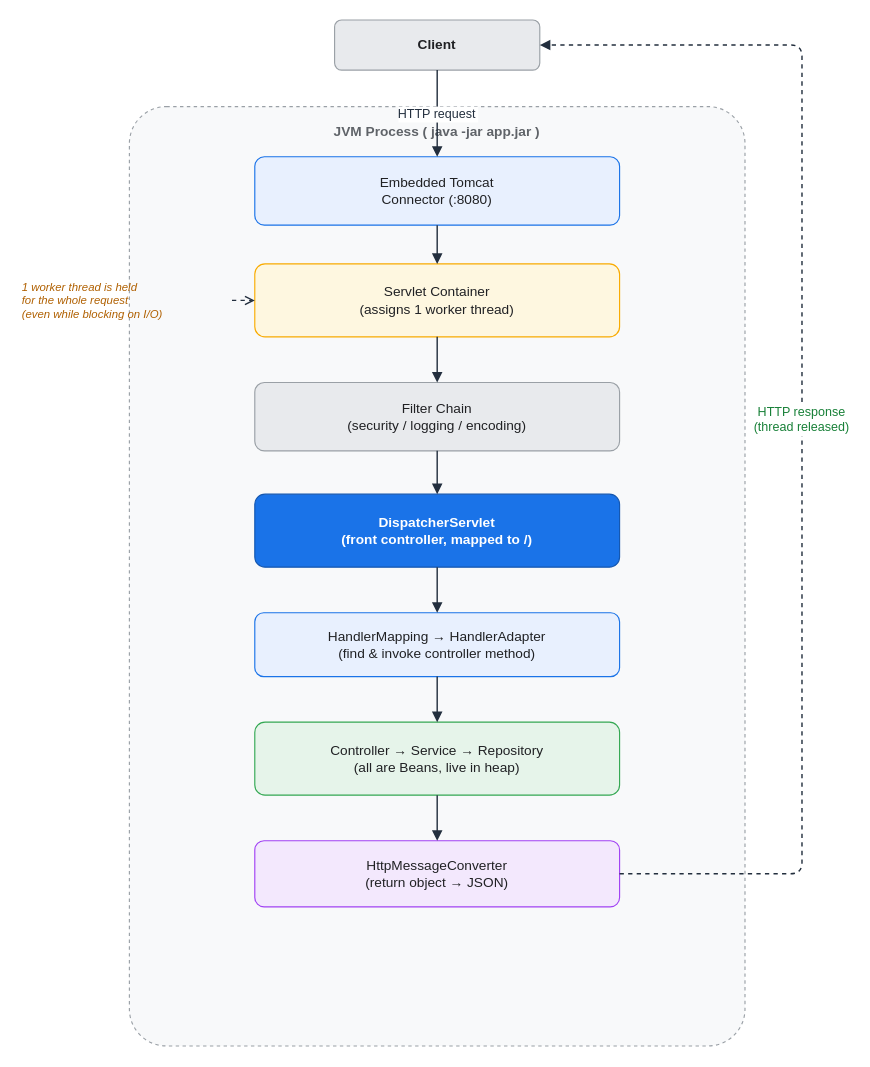
Before: assets/img/spring/spring-01-request-flow.drawio in KKamJi98/kkamji98.github.io, a draw.io diagram. Source tidied: cells renumbered, new cells numbered last; positions are measured from the earlier drawing's top-left corner, leaving out a move shared by most shapes. Both pictures are drawn from the tidied source at 114%, with x=0, y=0 at pixel (19, 19).
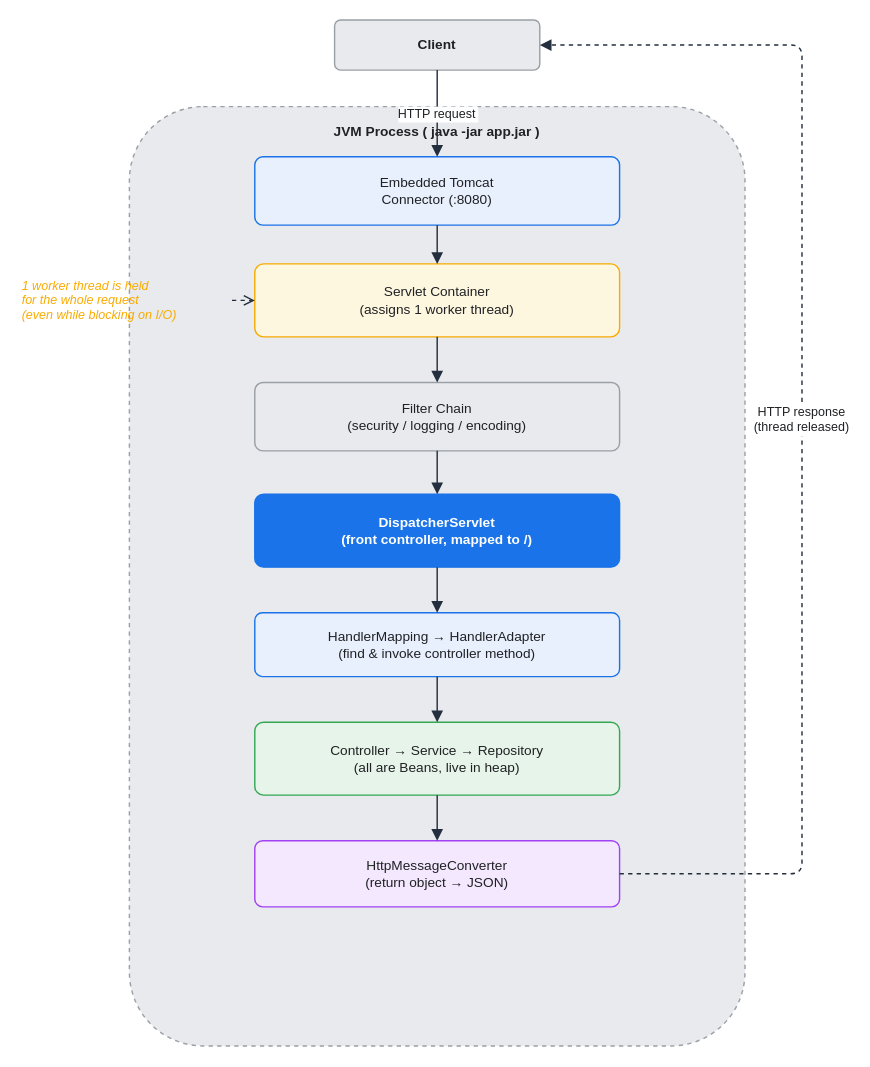
After the change.

Change to the diagram source:
```diff
@@
-    <mxCell id="2" value="JVM Process ( java -jar app.jar )" style="rounded=1;whiteSpace=wrap;html=0;arcSize=6;shadow=0;fillColor=#F8F9FA;strokeColor=#9AA0A6;fontColor=#5F6368;fontStyle=1;verticalAlign=top;align=center;dashed=1;spacingTop=8;" parent="1" vertex="1">
+    <mxCell id="2" value="JVM Process ( java -jar app.jar )" style="rounded=1;whiteSpace=wrap;html=0;arcSize=12;shadow=0;fillColor=#E8EAED;strokeColor=#9AA0A6;fontColor=#202124;fontStyle=1;verticalAlign=top;align=center;dashed=1;spacingTop=8;strokeWidth=1.25;" parent="1" vertex="1">
       <mxGeometry x="96" y="76" width="540" height="824" as="geometry" />
     </mxCell>
-    <mxCell id="3" value="Client" style="rounded=1;whiteSpace=wrap;html=0;arcSize=14;shadow=0;fillColor=#E8EAED;strokeColor=#9AA0A6;fontColor=#202124;fontStyle=1;" parent="1" vertex="1">
+    <mxCell id="3" value="Client" style="rounded=1;whiteSpace=wrap;html=0;arcSize=12;shadow=0;fillColor=#E8EAED;strokeColor=#9AA0A6;fontColor=#202124;fontStyle=1;strokeWidth=1.25;" parent="1" vertex="1">
       <mxGeometry x="276" width="180" height="44" as="geometry" />
     </mxCell>
-    <mxCell id="4" value="Embedded Tomcat&#10;Connector (:8080)" style="rounded=1;whiteSpace=wrap;html=0;arcSize=14;shadow=0;fillColor=#E8F0FE;strokeColor=#1A73E8;fontColor=#202124;" parent="1" vertex="1">
+    <mxCell id="4" value="Embedded Tomcat&#10;Connector (:8080)" style="rounded=1;whiteSpace=wrap;html=0;arcSize=12;shadow=0;fillColor=#E8F0FE;strokeColor=#1A73E8;fontColor=#202124;strokeWidth=1.25;" parent="1" vertex="1">
       <mxGeometry x="206" y="120" width="320" height="60" as="geometry" />
     </mxCell>
-    <mxCell id="5" value="Servlet Container&#10;(assigns 1 worker thread)" style="rounded=1;whiteSpace=wrap;html=0;arcSize=14;shadow=0;fillColor=#FEF7E0;strokeColor=#F9AB00;fontColor=#202124;" parent="1" vertex="1">
+    <mxCell id="5" value="Servlet Container&#10;(assigns 1 worker thread)" style="rounded=1;whiteSpace=wrap;html=0;arcSize=12;shadow=0;fillColor=#FEF7E0;strokeColor=#F9AB00;fontColor=#202124;strokeWidth=1.25;" parent="1" vertex="1">
       <mxGeometry x="206" y="214" width="320" height="64" as="geometry" />
     </mxCell>
-    <mxCell id="6" value="Filter Chain&#10;(security / logging / encoding)" style="rounded=1;whiteSpace=wrap;html=0;arcSize=14;shadow=0;fillColor=#E8EAED;strokeColor=#9AA0A6;fontColor=#202124;" parent="1" vertex="1">
+    <mxCell id="6" value="Filter Chain&#10;(security / logging / encoding)" style="rounded=1;whiteSpace=wrap;html=0;arcSize=12;shadow=0;fillColor=#E8EAED;strokeColor=#9AA0A6;fontColor=#202124;strokeWidth=1.25;" parent="1" vertex="1">
       <mxGeometry x="206" y="318" width="320" height="60" as="geometry" />
     </mxCell>
-    <mxCell id="7" value="DispatcherServlet&#10;(front controller, mapped to /)" style="rounded=1;whiteSpace=wrap;html=0;arcSize=14;shadow=0;fillColor=#1A73E8;strokeColor=#1457B0;fontColor=#FFFFFF;fontStyle=1;" parent="1" vertex="1">
+    <mxCell id="7" value="DispatcherServlet&#10;(front controller, mapped to /)" style="rounded=1;whiteSpace=wrap;html=0;arcSize=12;shadow=0;fillColor=#1A73E8;strokeColor=#1A73E8;fontColor=#FFFFFF;fontStyle=1;strokeWidth=1.25;" parent="1" vertex="1">
       <mxGeometry x="206" y="416" width="320" height="64" as="geometry" />
     </mxCell>
-    <mxCell id="8" value="HandlerMapping → HandlerAdapter&#10;(find &amp; invoke controller method)" style="rounded=1;whiteSpace=wrap;html=0;arcSize=14;shadow=0;fillColor=#E8F0FE;strokeColor=#1A73E8;fontColor=#202124;" parent="1" vertex="1">
+    <mxCell id="8" value="HandlerMapping → HandlerAdapter&#10;(find &amp; invoke controller method)" style="rounded=1;whiteSpace=wrap;html=0;arcSize=12;shadow=0;fillColor=#E8F0FE;strokeColor=#1A73E8;fontColor=#202124;strokeWidth=1.25;" parent="1" vertex="1">
       <mxGeometry x="206" y="520" width="320" height="56" as="geometry" />
     </mxCell>
-    <mxCell id="9" value="Controller → Service → Repository&#10;(all are Beans, live in heap)" style="rounded=1;whiteSpace=wrap;html=0;arcSize=14;shadow=0;fillColor=#E6F4EA;strokeColor=#34A853;fontColor=#202124;" parent="1" vertex="1">
+    <mxCell id="9" value="Controller → Service → Repository&#10;(all are Beans, live in heap)" style="rounded=1;whiteSpace=wrap;html=0;arcSize=12;shadow=0;fillColor=#E6F4EA;strokeColor=#34A853;fontColor=#202124;strokeWidth=1.25;" parent="1" vertex="1">
       <mxGeometry x="206" y="616" width="320" height="64" as="geometry" />
     </mxCell>
-    <mxCell id="10" value="HttpMessageConverter&#10;(return object → JSON)" style="rounded=1;whiteSpace=wrap;html=0;arcSize=14;shadow=0;fillColor=#F3E8FD;strokeColor=#A142F4;fontColor=#202124;" parent="1" vertex="1">
+    <mxCell id="10" value="HttpMessageConverter&#10;(return object → JSON)" style="rounded=1;whiteSpace=wrap;html=0;arcSize=12;shadow=0;fillColor=#F3E8FD;strokeColor=#A142F4;fontColor=#202124;strokeWidth=1.25;" parent="1" vertex="1">
       <mxGeometry x="206" y="720" width="320" height="58" as="geometry" />
     </mxCell>
-    <mxCell id="11" value="1 worker thread is held&#10;for the whole request&#10;(even while blocking on I/O)" style="text;html=0;align=left;verticalAlign=middle;whiteSpace=wrap;fontSize=10;fontColor=#B06000;fontStyle=2;" parent="1" vertex="1">
+    <mxCell id="11" value="1 worker thread is held&#10;for the whole request&#10;(even while blocking on I/O)" style="text;html=0;align=left;verticalAlign=middle;whiteSpace=wrap;fontSize=11;fontColor=#F9AB00;fontStyle=2;" parent="1" vertex="1">
       <mxGeometry y="214" width="186" height="64" as="geometry" />
     </mxCell>
-    <mxCell id="12" value="HTTP request" style="edgeStyle=orthogonalEdgeStyle;rounded=1;html=0;fontColor=#232F3E;strokeColor=#232F3E;labelBackgroundColor=#FFFFFF;endArrow=block;exitX=0.5;exitY=1;exitDx=0;exitDy=0;entryX=0.5;entryY=0;entryDx=0;entryDy=0;strokeWidth=1.25;" parent="1" edge="1" source="3" target="4">
+    <mxCell id="12" value="HTTP request" style="edgeStyle=orthogonalEdgeStyle;rounded=1;html=0;fontColor=#202124;strokeColor=#232F3E;labelBackgroundColor=#FFFFFF;endArrow=block;exitX=0.5;exitY=1;exitDx=0;exitDy=0;entryX=0.5;entryY=0;entryDx=0;entryDy=0;strokeWidth=1.25;endSize=7;" parent="1" edge="1" source="3" target="4">
       <mxGeometry relative="1" as="geometry" />
     </mxCell>
-    <mxCell id="13" style="edgeStyle=orthogonalEdgeStyle;rounded=1;html=0;fontColor=#232F3E;strokeColor=#232F3E;labelBackgroundColor=none;endArrow=block;exitX=0.5;exitY=1;exitDx=0;exitDy=0;entryX=0.5;entryY=0;entryDx=0;entryDy=0;strokeWidth=1.25;" parent="1" edge="1" source="4" target="5">
+    <mxCell id="13" style="edgeStyle=orthogonalEdgeStyle;rounded=1;html=0;fontColor=#202124;strokeColor=#232F3E;labelBackgroundColor=none;endArrow=block;exitX=0.5;exitY=1;exitDx=0;exitDy=0;entryX=0.5;entryY=0;entryDx=0;entryDy=0;strokeWidth=1.25;endSize=7;" parent="1" edge="1" source="4" target="5">
       <mxGeometry relative="1" as="geometry" />
     </mxCell>
-    <mxCell id="14" style="edgeStyle=orthogonalEdgeStyle;rounded=1;html=0;fontColor=#232F3E;strokeColor=#232F3E;labelBackgroundColor=none;endArrow=block;exitX=0.5;exitY=1;exitDx=0;exitDy=0;entryX=0.5;entryY=0;entryDx=0;entryDy=0;strokeWidth=1.25;" parent="1" edge="1" source="5" target="6">
+    <mxCell id="14" style="edgeStyle=orthogonalEdgeStyle;rounded=1;html=0;fontColor=#202124;strokeColor=#232F3E;labelBackgroundColor=none;endArrow=block;exitX=0.5;exitY=1;exitDx=0;exitDy=0;entryX=0.5;entryY=0;entryDx=0;entryDy=0;strokeWidth=1.25;endSize=7;" parent="1" edge="1" source="5" target="6">
       <mxGeometry relative="1" as="geometry" />
     </mxCell>
-    <mxCell id="15" style="edgeStyle=orthogonalEdgeStyle;rounded=1;html=0;fontColor=#232F3E;strokeColor=#232F3E;labelBackgroundColor=none;endArrow=block;exitX=0.5;exitY=1;exitDx=0;exitDy=0;entryX=0.5;entryY=0;entryDx=0;entryDy=0;strokeWidth=1.25;" parent="1" edge="1" source="6" target="7">
+    <mxCell id="15" style="edgeStyle=orthogonalEdgeStyle;rounded=1;html=0;fontColor=#202124;strokeColor=#232F3E;labelBackgroundColor=none;endArrow=block;exitX=0.5;exitY=1;exitDx=0;exitDy=0;entryX=0.5;entryY=0;entryDx=0;entryDy=0;strokeWidth=1.25;endSize=7;" parent="1" edge="1" source="6" target="7">
       <mxGeometry relative="1" as="geometry" />
     </mxCell>
-    <mxCell id="16" style="edgeStyle=orthogonalEdgeStyle;rounded=1;html=0;fontColor=#232F3E;strokeColor=#232F3E;labelBackgroundColor=none;endArrow=block;exitX=0.5;exitY=1;exitDx=0;exitDy=0;entryX=0.5;entryY=0;entryDx=0;entryDy=0;strokeWidth=1.25;" parent="1" edge="1" source="7" target="8">
+    <mxCell id="16" style="edgeStyle=orthogonalEdgeStyle;rounded=1;html=0;fontColor=#202124;strokeColor=#232F3E;labelBackgroundColor=none;endArrow=block;exitX=0.5;exitY=1;exitDx=0;exitDy=0;entryX=0.5;entryY=0;entryDx=0;entryDy=0;strokeWidth=1.25;endSize=7;" parent="1" edge="1" source="7" target="8">
       <mxGeometry relative="1" as="geometry" />
     </mxCell>
-    <mxCell id="17" style="edgeStyle=orthogonalEdgeStyle;rounded=1;html=0;fontColor=#232F3E;strokeColor=#232F3E;labelBackgroundColor=none;endArrow=block;exitX=0.5;exitY=1;exitDx=0;exitDy=0;entryX=0.5;entryY=0;entryDx=0;entryDy=0;strokeWidth=1.25;" parent="1" edge="1" source="8" target="9">
+    <mxCell id="17" style="edgeStyle=orthogonalEdgeStyle;rounded=1;html=0;fontColor=#202124;strokeColor=#232F3E;labelBackgroundColor=none;endArrow=block;exitX=0.5;exitY=1;exitDx=0;exitDy=0;entryX=0.5;entryY=0;entryDx=0;entryDy=0;strokeWidth=1.25;endSize=7;" parent="1" edge="1" source="8" target="9">
       <mxGeometry relative="1" as="geometry" />
     </mxCell>
-    <mxCell id="18" style="edgeStyle=orthogonalEdgeStyle;rounded=1;html=0;fontColor=#232F3E;strokeColor=#232F3E;labelBackgroundColor=none;endArrow=block;exitX=0.5;exitY=1;exitDx=0;exitDy=0;entryX=0.5;entryY=0;entryDx=0;entryDy=0;strokeWidth=1.25;" parent="1" edge="1" source="9" target="10">
+    <mxCell id="18" style="edgeStyle=orthogonalEdgeStyle;rounded=1;html=0;fontColor=#202124;strokeColor=#232F3E;labelBackgroundColor=none;endArrow=block;exitX=0.5;exitY=1;exitDx=0;exitDy=0;entryX=0.5;entryY=0;entryDx=0;entryDy=0;strokeWidth=1.25;endSize=7;" parent="1" edge="1" source="9" target="10">
       <mxGeometry relative="1" as="geometry" />
     </mxCell>
-    <mxCell id="19" value="HTTP response&#10;(thread released)" style="edgeStyle=orthogonalEdgeStyle;rounded=1;html=0;dashed=1;fontColor=#188038;strokeColor=#232F3E;labelBackgroundColor=#FFFFFF;endArrow=block;exitX=1;exitY=0.5;exitDx=0;exitDy=0;entryX=1;entryY=0.5;entryDx=0;entryDy=0;strokeWidth=1.25;" parent="1" edge="1" source="10" target="3">
+    <mxCell id="19" value="HTTP response&#10;(thread released)" style="edgeStyle=orthogonalEdgeStyle;rounded=1;html=0;dashed=1;fontColor=#202124;strokeColor=#232F3E;labelBackgroundColor=#FFFFFF;endArrow=block;exitX=1;exitY=0.5;exitDx=0;exitDy=0;entryX=1;entryY=0.5;entryDx=0;entryDy=0;strokeWidth=1.25;endSize=7;" parent="1" edge="1" source="10" target="3">
       <mxGeometry relative="1" as="geometry">
         <Array as="points">
           <mxPoint x="686" y="749" />
           <mxPoint x="686" y="22" />
         </Array>
       </mxGeometry>
     </mxCell>
-    <mxCell id="20" style="edgeStyle=orthogonalEdgeStyle;rounded=1;html=0;dashed=1;strokeColor=#232F3E;fontColor=#232F3E;labelBackgroundColor=none;endArrow=open;endSize=6;exitX=1;exitY=0.5;exitDx=0;exitDy=0;entryX=0;entryY=0.5;entryDx=0;entryDy=0;strokeWidth=1.25;" parent="1" edge="1" source="11" target="5">
+    <mxCell id="20" style="edgeStyle=orthogonalEdgeStyle;rounded=1;html=0;dashed=1;strokeColor=#232F3E;fontColor=#202124;labelBackgroundColor=none;endArrow=open;endSize=7;exitX=1;exitY=0.5;exitDx=0;exitDy=0;entryX=0;entryY=0.5;entryDx=0;entryDy=0;strokeWidth=1.25;" parent="1" edge="1" source="11" target="5">
       <mxGeometry relative="1" as="geometry" />
     </mxCell>
```
